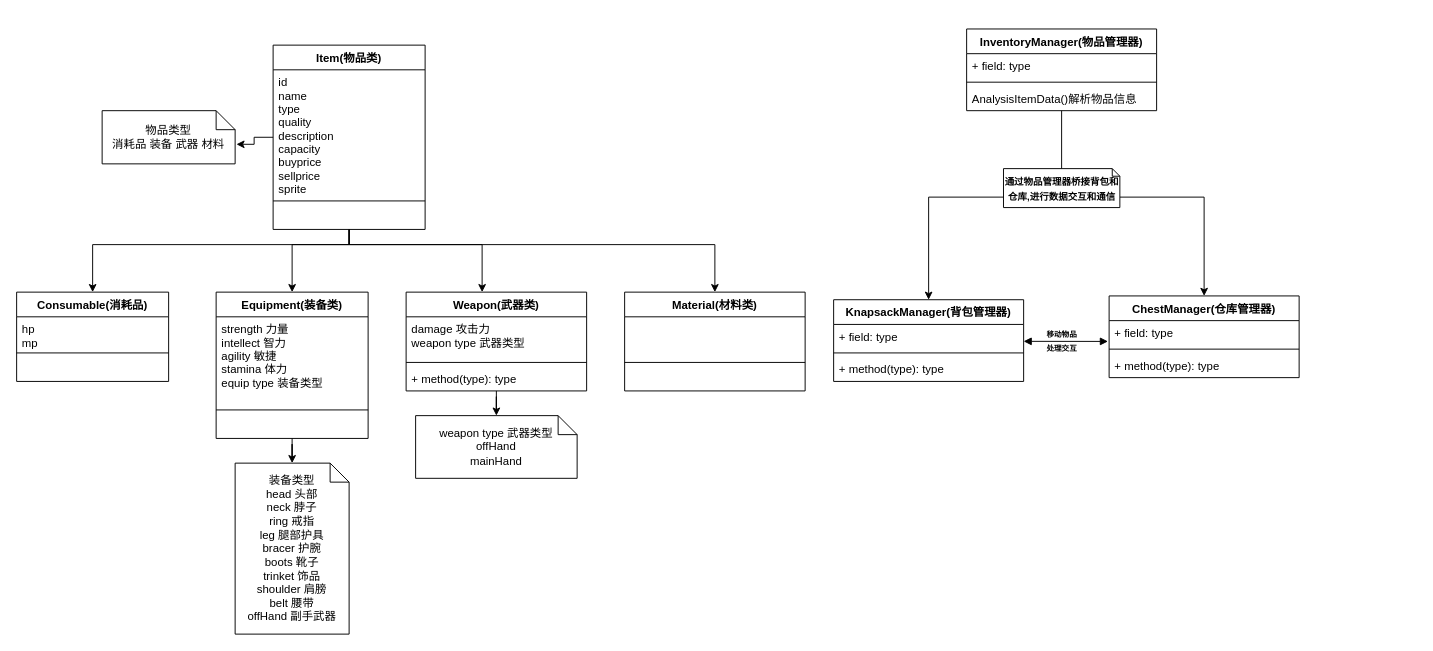
Above: InventorySystem.drawio in KIPKIPS/InventorySystem (draw.io), before the change. Source tidied: cells renumbered, new cells numbered last; positions are measured from the earlier drawing's top-left corner, leaving out a move shared by most shapes. Both pictures are drawn from the tidied source at 95%, with x=0, y=0 at pixel (16, 28).
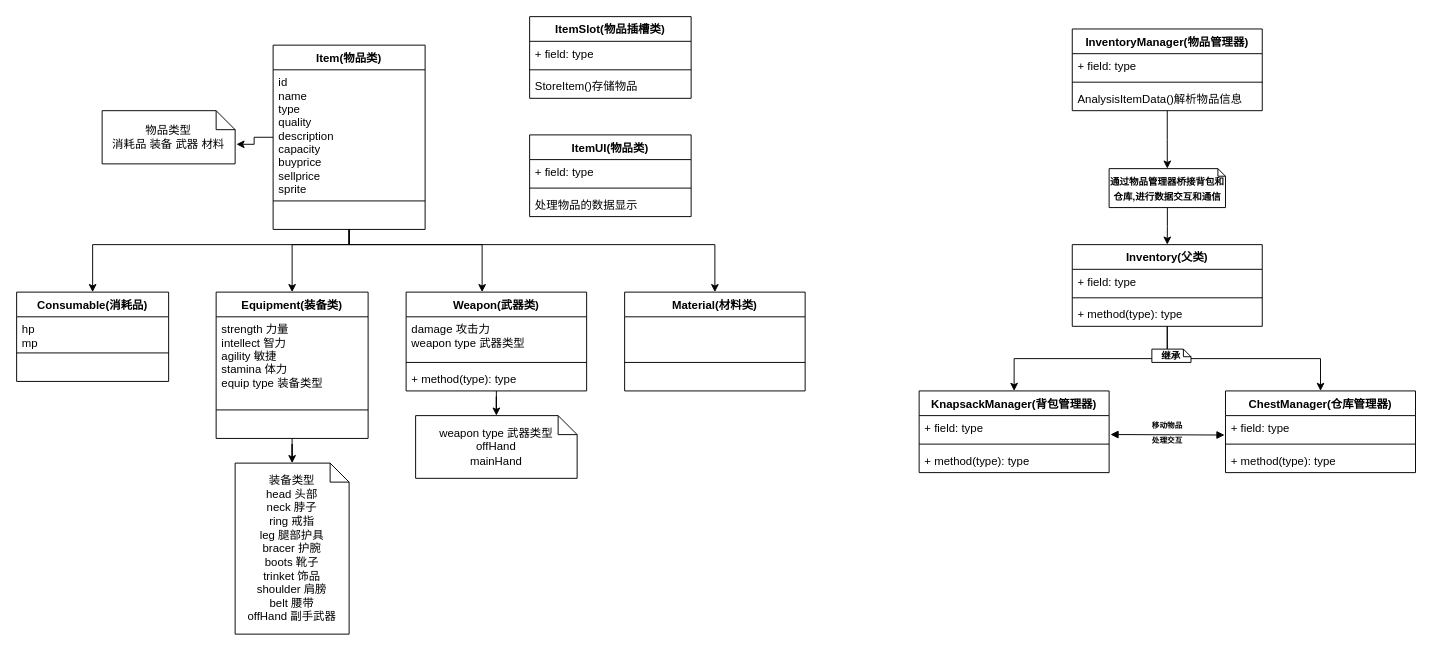
The same page after the edit.

Unchanged cells that the change refers to:
```xml
<mxCell id="39" value="+ field: type" style="text;strokeColor=none;fillColor=none;align=left;verticalAlign=top;spacingLeft=4;spacingRight=4;overflow=hidden;points=[[0,0.5],[1,0.5]];portConstraint=eastwest;" parent="38" vertex="1">
  <mxGeometry y="26" width="200" height="26" as="geometry" />
</mxCell>
<mxCell id="43" value="+ field: type" style="text;strokeColor=none;fillColor=none;align=left;verticalAlign=top;spacingLeft=4;spacingRight=4;overflow=hidden;points=[[0,0.5],[1,0.5]];portConstraint=eastwest;" parent="42" vertex="1">
  <mxGeometry y="26" width="200" height="26" as="geometry" />
</mxCell>
```

The edit, as a diff of the source:
```diff
@@
-    <mxCell id="32" style="edgeStyle=orthogonalEdgeStyle;rounded=0;jettySize=auto;html=1;" parent="1" edge="1" source="34" target="42">
-      <mxGeometry relative="1" as="geometry">
-        <Array as="points">
-          <mxPoint x="1100" y="177" />
-          <mxPoint x="960" y="177" />
-        </Array>
-      </mxGeometry>
-    </mxCell>
-    <mxCell id="33" style="edgeStyle=orthogonalEdgeStyle;rounded=0;jettySize=auto;html=1;entryX=0.5;entryY=0;entryDx=0;entryDy=0;" parent="1" edge="1" source="48" target="38">
-      <mxGeometry relative="1" as="geometry">
-        <Array as="points">
-          <mxPoint x="1100" y="177" />
-          <mxPoint x="1250" y="177" />
-        </Array>
-      </mxGeometry>
-    </mxCell>
+    <mxCell id="49" style="edgeStyle=orthogonalEdgeStyle;rounded=0;jettySize=auto;html=1;entryX=0.5;entryY=0;entryDx=0;entryDy=0;entryPerimeter=0;" parent="1" edge="1" source="34" target="48">
+      <mxGeometry relative="1" as="geometry" />
+    </mxCell>
     <mxCell id="34" value="InventoryManager(物品管理器)" style="swimlane;fontStyle=1;align=center;verticalAlign=top;horizontal=1;startSize=26;" parent="1" vertex="1">
-      <mxGeometry x="1000" width="200" height="86" as="geometry" />
+      <mxGeometry x="1111.2" width="200" height="86" as="geometry" />
     </mxCell>
@@
     <mxCell id="38" value="ChestManager(仓库管理器)" style="swimlane;fontStyle=1;align=center;verticalAlign=top;horizontal=1;startSize=26;" parent="1" vertex="1">
-      <mxGeometry x="1150" y="281" width="200" height="86" as="geometry" />
+      <mxGeometry x="1272.5" y="381" width="200" height="86" as="geometry" />
     </mxCell>
@@
     <mxCell id="42" value="KnapsackManager(背包管理器)" style="swimlane;fontStyle=1;align=center;verticalAlign=top;horizontal=1;startSize=26;" parent="1" vertex="1">
-      <mxGeometry x="860" y="285" width="200" height="86" as="geometry" />
+      <mxGeometry x="950" y="381" width="200" height="86" as="geometry" />
     </mxCell>
@@
-    <mxCell id="46" style="endArrow=block;startArrow=block;endFill=1;startFill=1;html=1;entryX=-0.006;entryY=0.842;entryDx=0;entryDy=0;entryPerimeter=0;" parent="1" edge="1" target="39">
-      <mxGeometry relative="1" as="geometry">
-        <mxPoint x="1060" y="328.8" as="sourcePoint" />
-      </mxGeometry>
+    <mxCell id="46" style="endArrow=block;startArrow=block;endFill=1;startFill=1;html=1;entryX=-0.005;entryY=0.786;entryDx=0;entryDy=0;entryPerimeter=0;exitX=1.007;exitY=0.765;exitDx=0;exitDy=0;exitPerimeter=0;" parent="1" edge="1" source="43" target="39">
+      <mxGeometry relative="1" as="geometry" />
     </mxCell>
     <mxCell id="47" value="&lt;font style=&quot;font-size: 8px&quot;&gt;&lt;b&gt;移动物品&lt;br&gt;处理交互&lt;/b&gt;&lt;/font&gt;" style="text;html=1;align=center;verticalAlign=middle;" parent="1" vertex="1">
-      <mxGeometry x="1075" y="308" width="50" height="40" as="geometry" />
+      <mxGeometry x="1186.2" y="404" width="50" height="40" as="geometry" />
     </mxCell>
+    <mxCell id="50" style="edgeStyle=orthogonalEdgeStyle;rounded=0;jettySize=auto;html=1;entryX=0.5;entryY=0;entryDx=0;entryDy=0;" parent="1" edge="1" source="48" target="53">
+      <mxGeometry relative="1" as="geometry" />
+    </mxCell>
     <mxCell id="48" value="&lt;font style=&quot;font-size: 10px&quot;&gt;&lt;b&gt;通过物品管理器桥接背包和仓库,进行数据交互和通信&lt;/b&gt;&lt;/font&gt;" style="shape=note;size=8;whiteSpace=wrap;html=1;" parent="1" vertex="1">
-      <mxGeometry x="1038.8" y="147" width="122.5" height="41" as="geometry" />
+      <mxGeometry x="1150" y="147" width="122.5" height="41" as="geometry" />
     </mxCell>
+    <mxCell id="51" style="edgeStyle=orthogonalEdgeStyle;rounded=0;jettySize=auto;html=1;entryX=0.5;entryY=0;entryDx=0;entryDy=0;" parent="1" edge="1" source="53" target="42">
+      <mxGeometry relative="1" as="geometry" />
+    </mxCell>
+    <mxCell id="52" style="edgeStyle=orthogonalEdgeStyle;rounded=0;jettySize=auto;html=1;entryX=0.5;entryY=0;entryDx=0;entryDy=0;" parent="1" edge="1" source="53" target="38">
+      <mxGeometry relative="1" as="geometry" />
+    </mxCell>
+    <mxCell id="53" value="Inventory(父类)" style="swimlane;fontStyle=1;align=center;verticalAlign=top;horizontal=1;startSize=26;" parent="1" vertex="1">
+      <mxGeometry x="1111.2" y="227" width="200" height="86" as="geometry" />
+    </mxCell>
+    <mxCell id="54" value="+ field: type" style="text;strokeColor=none;fillColor=none;align=left;verticalAlign=top;spacingLeft=4;spacingRight=4;overflow=hidden;" parent="53" vertex="1">
+      <mxGeometry y="26" width="200" height="26" as="geometry" />
+    </mxCell>
+    <mxCell id="55" style="line;strokeWidth=1;fillColor=none;align=left;verticalAlign=middle;spacingTop=-1;spacingLeft=3;spacingRight=3;labelPosition=right;" parent="53" vertex="1">
+      <mxGeometry y="52" width="200" height="8" as="geometry" />
+    </mxCell>
+    <mxCell id="56" value="+ method(type): type" style="text;strokeColor=none;fillColor=none;align=left;verticalAlign=top;spacingLeft=4;spacingRight=4;overflow=hidden;" parent="53" vertex="1">
+      <mxGeometry y="60" width="200" height="26" as="geometry" />
+    </mxCell>
+    <mxCell id="57" value="&lt;span style=&quot;font-size: 10px&quot;&gt;&lt;b&gt;继承&lt;/b&gt;&lt;/span&gt;" style="shape=note;size=8;whiteSpace=wrap;html=1;" parent="1" vertex="1">
+      <mxGeometry x="1195" y="337" width="41.2" height="14" as="geometry" />
+    </mxCell>
+    <mxCell id="58" value="ItemSlot(物品插槽类)" style="swimlane;fontStyle=1;align=center;verticalAlign=top;horizontal=1;startSize=26;" parent="1" vertex="1">
+      <mxGeometry x="540" y="-13" width="170" height="86" as="geometry" />
+    </mxCell>
+    <mxCell id="59" value="+ field: type" style="text;strokeColor=none;fillColor=none;align=left;verticalAlign=top;spacingLeft=4;spacingRight=4;overflow=hidden;" parent="58" vertex="1">
+      <mxGeometry y="26" width="170" height="26" as="geometry" />
+    </mxCell>
+    <mxCell id="60" style="line;strokeWidth=1;fillColor=none;align=left;verticalAlign=middle;spacingTop=-1;spacingLeft=3;spacingRight=3;labelPosition=right;" parent="58" vertex="1">
+      <mxGeometry y="52" width="170" height="8" as="geometry" />
+    </mxCell>
+    <mxCell id="61" value="StoreItem()存储物品&#10;" style="text;strokeColor=none;fillColor=none;align=left;verticalAlign=top;spacingLeft=4;spacingRight=4;overflow=hidden;" parent="58" vertex="1">
+      <mxGeometry y="60" width="170" height="26" as="geometry" />
+    </mxCell>
+    <mxCell id="62" value="ItemUI(物品类)" style="swimlane;fontStyle=1;align=center;verticalAlign=top;horizontal=1;startSize=26;" parent="1" vertex="1">
+      <mxGeometry x="540" y="111.5" width="170" height="86" as="geometry" />
+    </mxCell>
+    <mxCell id="63" value="+ field: type" style="text;strokeColor=none;fillColor=none;align=left;verticalAlign=top;spacingLeft=4;spacingRight=4;overflow=hidden;" parent="62" vertex="1">
+      <mxGeometry y="26" width="170" height="26" as="geometry" />
+    </mxCell>
+    <mxCell id="64" style="line;strokeWidth=1;fillColor=none;align=left;verticalAlign=middle;spacingTop=-1;spacingLeft=3;spacingRight=3;labelPosition=right;" parent="62" vertex="1">
+      <mxGeometry y="52" width="170" height="8" as="geometry" />
+    </mxCell>
+    <mxCell id="65" value="处理物品的数据显示" style="text;strokeColor=none;fillColor=none;align=left;verticalAlign=top;spacingLeft=4;spacingRight=4;overflow=hidden;" parent="62" vertex="1">
+      <mxGeometry y="60" width="170" height="26" as="geometry" />
+    </mxCell>
```
